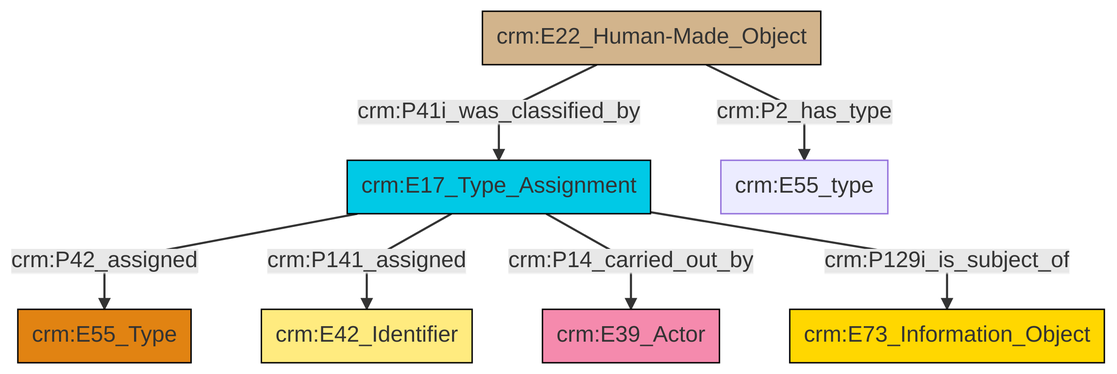
Before: et/builtWorkCSV/ttl/mmd/png/Built_Work_designation_status.png, a diagram exported from Mermaid (swiss-art-research-net/reference-data-models). Its source is kept beside it as et/builtWorkCSV/ttl/mmd/Built_Work_designation_status.ttl.mmd.
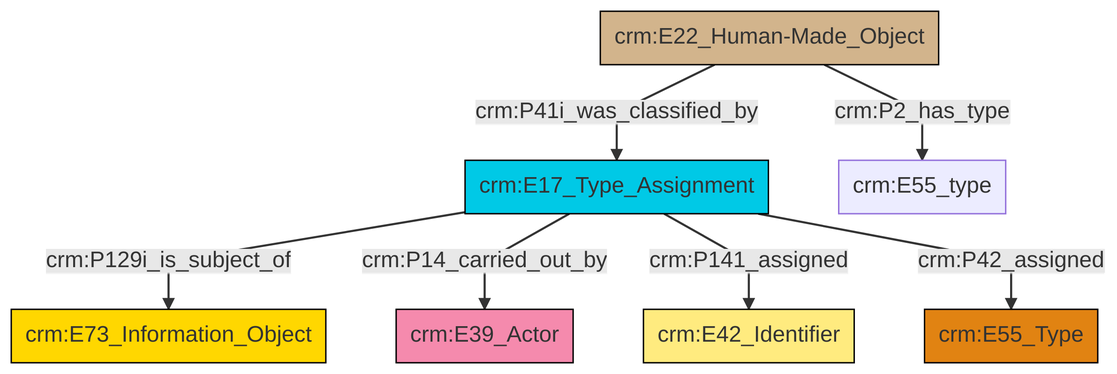
Above is the later version.

Change to the diagram source:
```diff
@@ -13,9 +13,9 @@
 classDef PC_Classes fill:#4ce600, stroke:#000000;
 classDef Multi fill:#cccccc,stroke:#000000;
 
-0["crm:E17_Type_Assignment"]:::Temporal_Entity -->|crm:P42_assigned| 1["crm:E55_Type"]:::Type
-4["crm:E22_Human-Made_Object"]:::Physical_Thing -->|crm:P41i_was_classified_by| 0["crm:E17_Type_Assignment"]:::Temporal_Entity
-0["crm:E17_Type_Assignment"]:::Temporal_Entity -->|crm:P141_assigned| 5["crm:E42_Identifier"]:::Appellation
-4["crm:E22_Human-Made_Object"]:::Physical_Thing -->|crm:P2_has_type| 9["crm:E55_type"]:::Default
-0["crm:E17_Type_Assignment"]:::Temporal_Entity -->|crm:P14_carried_out_by| 10["crm:E39_Actor"]:::Actor
-0["crm:E17_Type_Assignment"]:::Temporal_Entity -->|crm:P129i_is_subject_of| 2["crm:E73_Information_Object"]:::Conceptual_Object
+4["crm:E17_Type_Assignment"]:::Temporal_Entity -->|crm:P129i_is_subject_of| 5["crm:E73_Information_Object"]:::Conceptual_Object
+4["crm:E17_Type_Assignment"]:::Temporal_Entity -->|crm:P14_carried_out_by| 2["crm:E39_Actor"]:::Actor
+0["crm:E22_Human-Made_Object"]:::Physical_Thing -->|crm:P2_has_type| 8["crm:E55_type"]:::Default
+4["crm:E17_Type_Assignment"]:::Temporal_Entity -->|crm:P141_assigned| 6["crm:E42_Identifier"]:::Appellation
+4["crm:E17_Type_Assignment"]:::Temporal_Entity -->|crm:P42_assigned| 10["crm:E55_Type"]:::Type
+0["crm:E22_Human-Made_Object"]:::Physical_Thing -->|crm:P41i_was_classified_by| 4["crm:E17_Type_Assignment"]:::Temporal_Entity
```
